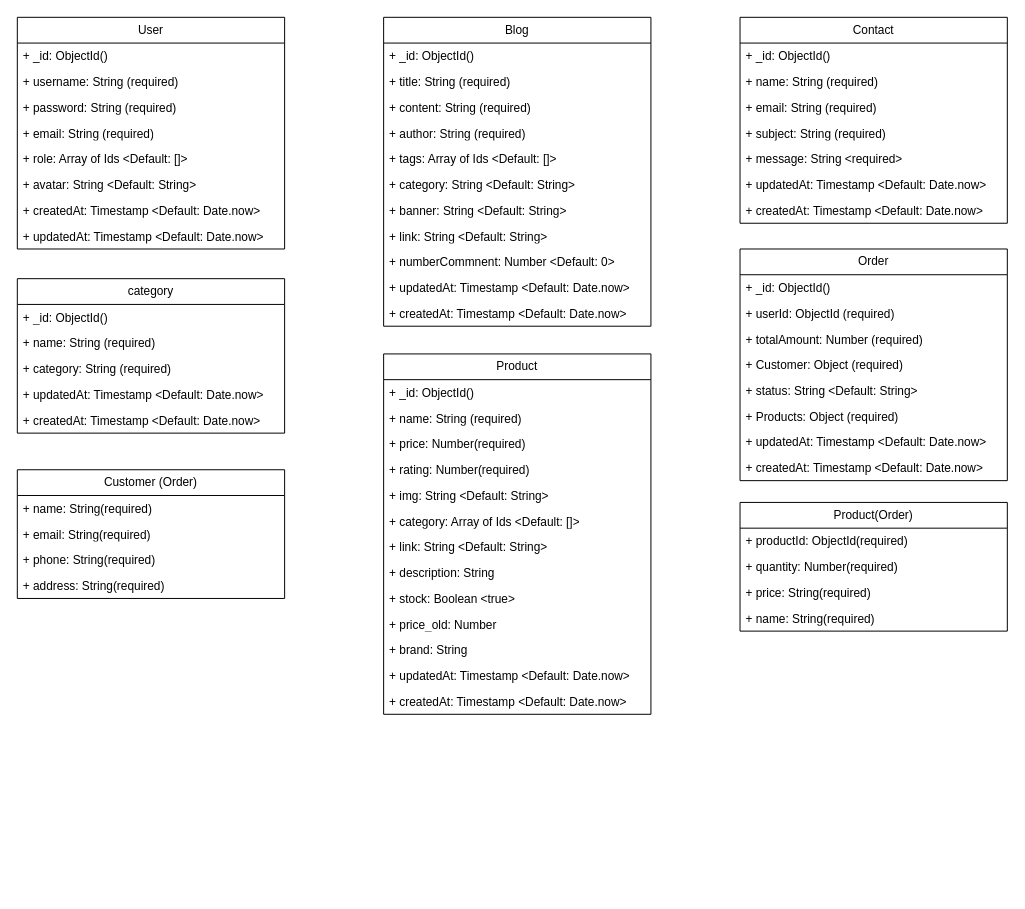
NguyenPhat2412/Graduation-Project-Nong-San-Sach keeps this draw.io diagram as Biểu đồ không có tiêu đề.drawio. Above is the earlier version. Source tidied: cells renumbered, new cells numbered last; positions are measured from the earlier drawing's top-left corner, leaving out a move shared by most shapes. Both pictures are drawn from the tidied source at 99%, with x=0, y=0 at pixel (17, 17).
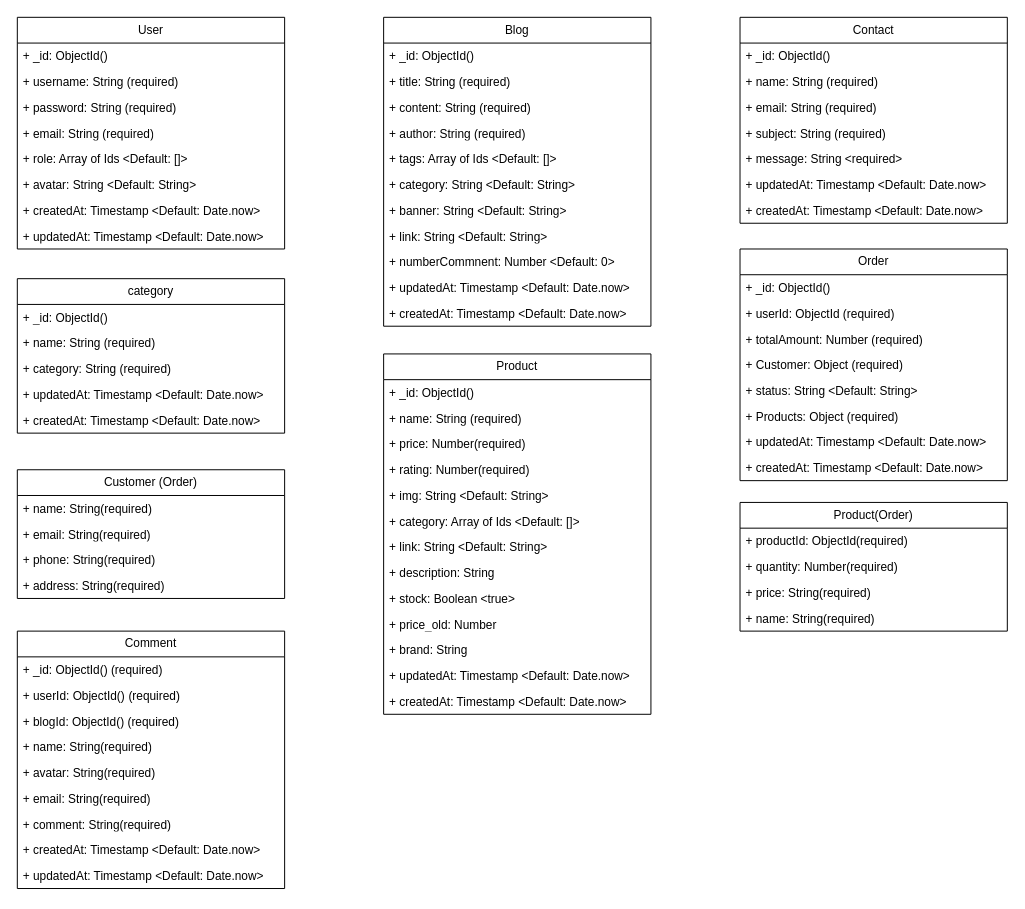
The same diagram, later.

Commit message:
Cập nhật Biểu đồ không có tiêu đề.drawio

The edit, as a diff of the source:
```diff
@@
+    <mxCell id="70" value="Comment" style="swimlane;fontStyle=0;horizontal=1;startSize=26;fillColor=none;whiteSpace=wrap;html=1;" parent="1" vertex="1">
+      <mxGeometry y="620" width="270" height="260" as="geometry" />
+    </mxCell>
+    <mxCell id="71" value="+ _id: ObjectId() (required)" style="text;strokeColor=none;fillColor=none;align=left;verticalAlign=top;spacingLeft=4;spacingRight=4;overflow=hidden;whiteSpace=wrap;html=1;" parent="70" vertex="1">
+      <mxGeometry y="26" width="270" height="26" as="geometry" />
+    </mxCell>
+    <mxCell id="72" value="+ userId: ObjectId()&lt;span style=&quot;white-space: pre;&quot;&gt;&#9;&lt;/span&gt;(required)" style="text;strokeColor=none;fillColor=none;align=left;verticalAlign=top;spacingLeft=4;spacingRight=4;overflow=hidden;whiteSpace=wrap;html=1;" parent="70" vertex="1">
+      <mxGeometry y="52" width="270" height="26" as="geometry" />
+    </mxCell>
+    <mxCell id="73" value="+ blogId: ObjectId() (required)" style="text;strokeColor=none;fillColor=none;align=left;verticalAlign=top;spacingLeft=4;spacingRight=4;overflow=hidden;whiteSpace=wrap;html=1;" parent="70" vertex="1">
+      <mxGeometry y="78" width="270" height="26" as="geometry" />
+    </mxCell>
+    <mxCell id="74" value="+ name: String(required)" style="text;strokeColor=none;fillColor=none;align=left;verticalAlign=top;spacingLeft=4;spacingRight=4;overflow=hidden;whiteSpace=wrap;html=1;" parent="70" vertex="1">
+      <mxGeometry y="104" width="270" height="26" as="geometry" />
+    </mxCell>
+    <mxCell id="75" value="+ avatar: String(required)" style="text;strokeColor=none;fillColor=none;align=left;verticalAlign=top;spacingLeft=4;spacingRight=4;overflow=hidden;whiteSpace=wrap;html=1;" parent="70" vertex="1">
+      <mxGeometry y="130" width="270" height="26" as="geometry" />
+    </mxCell>
+    <mxCell id="76" value="+ email: String(required)" style="text;strokeColor=none;fillColor=none;align=left;verticalAlign=top;spacingLeft=4;spacingRight=4;overflow=hidden;whiteSpace=wrap;html=1;" parent="70" vertex="1">
+      <mxGeometry y="156" width="270" height="26" as="geometry" />
+    </mxCell>
+    <mxCell id="77" value="+ comment: String(required)" style="text;strokeColor=none;fillColor=none;align=left;verticalAlign=top;spacingLeft=4;spacingRight=4;overflow=hidden;whiteSpace=wrap;html=1;" parent="70" vertex="1">
+      <mxGeometry y="182" width="270" height="26" as="geometry" />
+    </mxCell>
+    <mxCell id="78" value="+ createdAt: Timestamp &amp;lt;Default: Date.now&amp;gt;&amp;nbsp;" style="text;strokeColor=none;fillColor=none;align=left;verticalAlign=top;spacingLeft=4;spacingRight=4;overflow=hidden;whiteSpace=wrap;html=1;" parent="70" vertex="1">
+      <mxGeometry y="208" width="270" height="26" as="geometry" />
+    </mxCell>
+    <mxCell id="79" value="+ updatedAt: Timestamp &amp;lt;Default: Date.now&amp;gt;" style="text;strokeColor=none;fillColor=none;align=left;verticalAlign=top;spacingLeft=4;spacingRight=4;overflow=hidden;whiteSpace=wrap;html=1;" parent="70" vertex="1">
+      <mxGeometry y="234" width="270" height="26" as="geometry" />
+    </mxCell>
```
